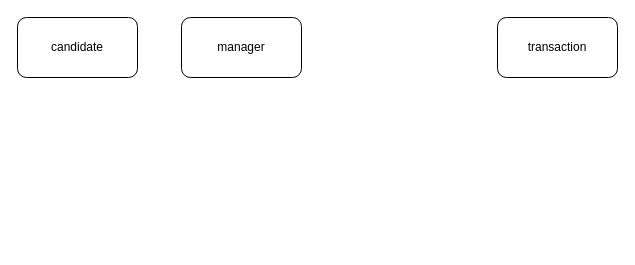
The draw.io diagram draw/hw_2/conceptual_schema.drawio in OkinawaNet/TT, before the edit. Source tidied: cells renumbered, new cells numbered last; positions are measured from the earlier drawing's top-left corner, leaving out a move shared by most shapes. Both pictures are drawn from the tidied source at 100%, with x=0, y=0 at pixel (17, 17).
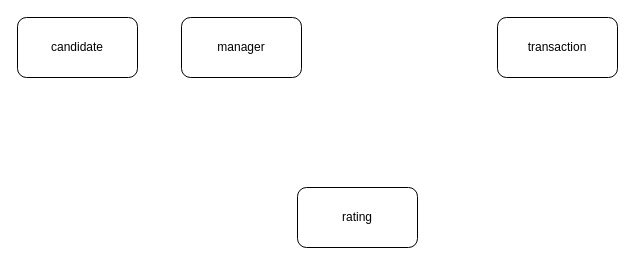
After the change.

Change to the diagram source:
```diff
@@
 <mxGraphModel>
   <root>
     <mxCell id="0" />
     <mxCell id="1" parent="0" />
     <mxCell id="2" value="candidate" style="rounded=1;whiteSpace=wrap;html=1;" parent="1" vertex="1">
       <mxGeometry width="120" height="60" as="geometry" />
     </mxCell>
     <mxCell id="3" value="manager" style="rounded=1;whiteSpace=wrap;html=1;" parent="1" vertex="1">
       <mxGeometry x="164" width="120" height="60" as="geometry" />
     </mxCell>
     <mxCell id="4" value="transaction" style="rounded=1;whiteSpace=wrap;html=1;" parent="1" vertex="1">
       <mxGeometry x="480" width="120" height="60" as="geometry" />
     </mxCell>
+    <mxCell id="5" value="rating" style="rounded=1;whiteSpace=wrap;html=1;" parent="1" vertex="1">
+      <mxGeometry x="280" y="170" width="120" height="60" as="geometry" />
+    </mxCell>
   </root>
 </mxGraphModel>
```
